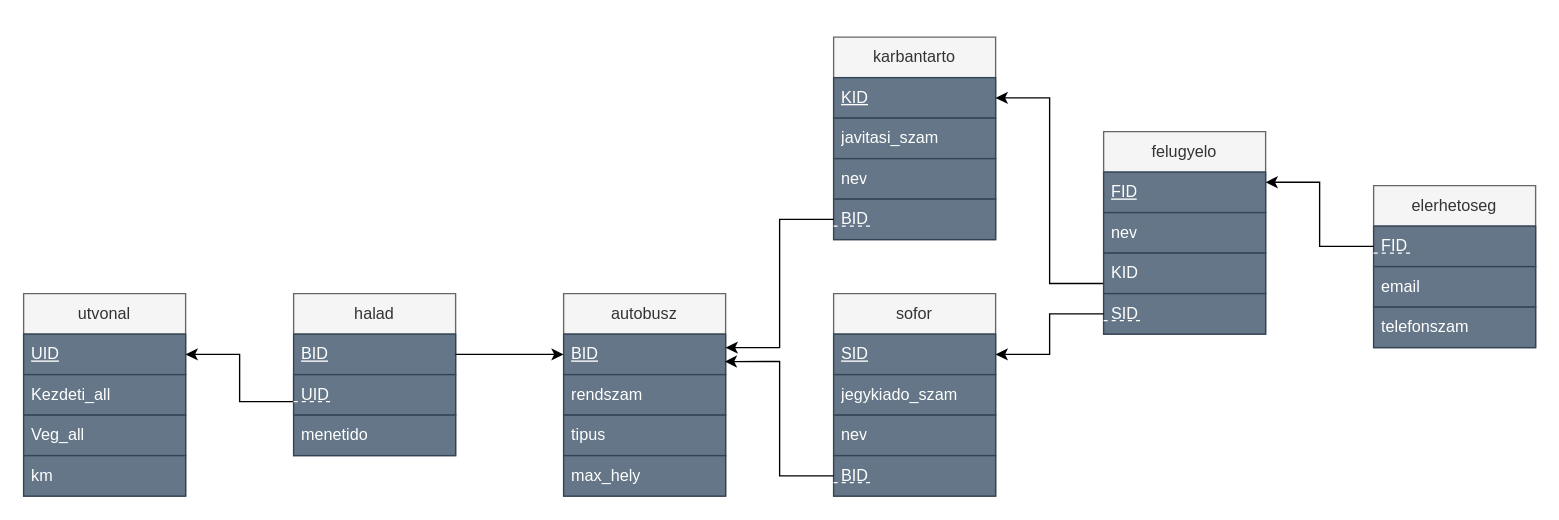
The draw.io diagram DBSemTaskHR6121/RMHR6121.drawio in HonDaniel/HR6121_DB1Gyak, before the edit. Source tidied: cells renumbered, new cells numbered last; positions are measured from the earlier drawing's top-left corner, leaving out a move shared by most shapes. Both pictures are drawn from the tidied source at 135%, with x=0, y=0 at pixel (23, 36).
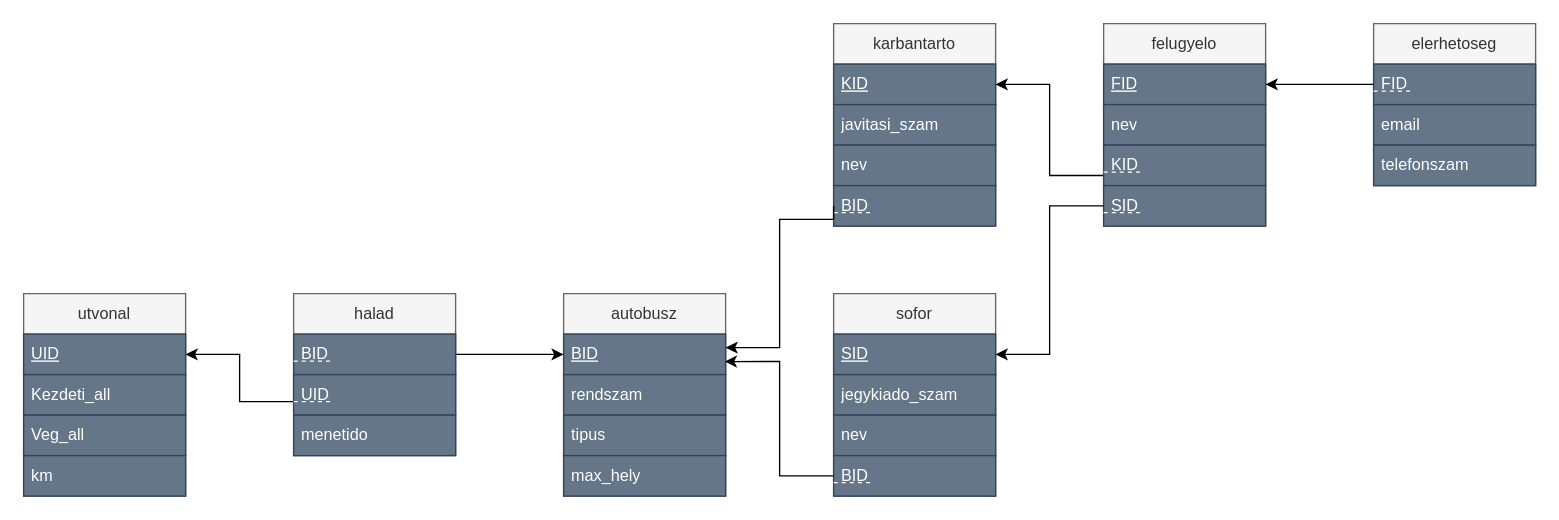
The same diagram, later.

Unchanged cells that the change refers to:
```xml
<mxCell id="8" value="halad" style="swimlane;fontStyle=0;horizontal=1;startSize=30;whiteSpace=wrap;html=1;fillColor=#f5f5f5;fontColor=#333333;strokeColor=#666666;" parent="1" vertex="1">
  <mxGeometry x="200" y="190" width="120" height="120" as="geometry" />
</mxCell>
<mxCell id="35" value="&lt;u&gt;FID&lt;/u&gt;" style="text;strokeColor=#314354;fillColor=#647687;align=left;verticalAlign=middle;spacingLeft=4;spacingRight=4;overflow=hidden;points=[[0,0.5],[1,0.5]];portConstraint=eastwest;whiteSpace=wrap;html=1;fontColor=#ffffff;" parent="34" vertex="1">
  <mxGeometry y="30" width="120" height="30" as="geometry" />
</mxCell>
<mxCell id="43" value="FID" style="text;strokeColor=#314354;fillColor=#647687;align=left;verticalAlign=middle;spacingLeft=4;spacingRight=4;overflow=hidden;points=[[0,0.5],[1,0.5]];portConstraint=eastwest;whiteSpace=wrap;html=1;fontColor=#ffffff;" parent="42" vertex="1">
  <mxGeometry y="30" width="120" height="30" as="geometry" />
</mxCell>
```

The edit, as a diff of the source:
```diff
@@
-    <mxCell id="9" value="&lt;u&gt;BID&lt;/u&gt;" style="text;strokeColor=#314354;fillColor=#647687;align=left;verticalAlign=middle;spacingLeft=4;spacingRight=4;overflow=hidden;points=[[0,0.5],[1,0.5]];portConstraint=eastwest;whiteSpace=wrap;html=1;fontColor=#ffffff;" parent="8" vertex="1">
+    <mxCell id="9" value="BID" style="text;strokeColor=#314354;fillColor=#647687;align=left;verticalAlign=middle;spacingLeft=4;spacingRight=4;overflow=hidden;points=[[0,0.5],[1,0.5]];portConstraint=eastwest;whiteSpace=wrap;html=1;fontColor=#ffffff;" parent="8" vertex="1">
       <mxGeometry y="30" width="120" height="30" as="geometry" />
     </mxCell>
+    <mxCell id="48" style="endArrow=none;dashed=1;html=1;rounded=0;strokeColor=#FFFFFF;" parent="8" edge="1">
+      <mxGeometry relative="1" as="geometry">
+        <mxPoint y="50" as="sourcePoint" />
+        <mxPoint x="30" y="50" as="targetPoint" />
+      </mxGeometry>
+    </mxCell>
@@
     <mxCell id="26" value="karbantarto" style="swimlane;fontStyle=0;horizontal=1;startSize=30;whiteSpace=wrap;html=1;fillColor=#f5f5f5;fontColor=#333333;strokeColor=#666666;" parent="1" vertex="1">
-      <mxGeometry x="600" width="120" height="150" as="geometry" />
+      <mxGeometry x="600" y="-10" width="120" height="150" as="geometry" />
     </mxCell>
@@
     <mxCell id="34" value="felugyelo" style="swimlane;fontStyle=0;horizontal=1;startSize=30;whiteSpace=wrap;html=1;fillColor=#f5f5f5;fontColor=#333333;strokeColor=#666666;" parent="1" vertex="1">
-      <mxGeometry x="800" y="70" width="120" height="150" as="geometry" />
+      <mxGeometry x="800" y="-10" width="120" height="150" as="geometry" />
     </mxCell>
@@
+    <mxCell id="49" style="endArrow=none;dashed=1;html=1;rounded=0;strokeColor=#FFFFFF;" parent="34" edge="1">
+      <mxGeometry relative="1" as="geometry">
+        <mxPoint y="110" as="sourcePoint" />
+        <mxPoint x="30" y="110" as="targetPoint" />
+      </mxGeometry>
+    </mxCell>
@@
     <mxCell id="42" value="elerhetoseg" style="swimlane;fontStyle=0;horizontal=1;startSize=30;whiteSpace=wrap;html=1;fillColor=#f5f5f5;fontColor=#333333;strokeColor=#666666;" parent="1" vertex="1">
-      <mxGeometry x="1000" y="110" width="120" height="120" as="geometry" />
+      <mxGeometry x="1000" y="-10" width="120" height="120" as="geometry" />
     </mxCell>
@@
-    <mxCell id="47" style="edgeStyle=orthogonalEdgeStyle;rounded=0;jettySize=auto;html=1;exitX=0;exitY=0.5;exitDx=0;exitDy=0;entryX=1;entryY=0.25;entryDx=0;entryDy=0;" parent="1" edge="1" source="43" target="34">
-      <mxGeometry relative="1" as="geometry" />
-    </mxCell>
+    <mxCell id="50" style="edgeStyle=orthogonalEdgeStyle;rounded=0;jettySize=auto;html=1;exitX=0;exitY=0.5;exitDx=0;exitDy=0;entryX=1;entryY=0.5;entryDx=0;entryDy=0;" parent="1" edge="1" source="43" target="35">
+      <mxGeometry relative="1" as="geometry" />
+    </mxCell>
```
